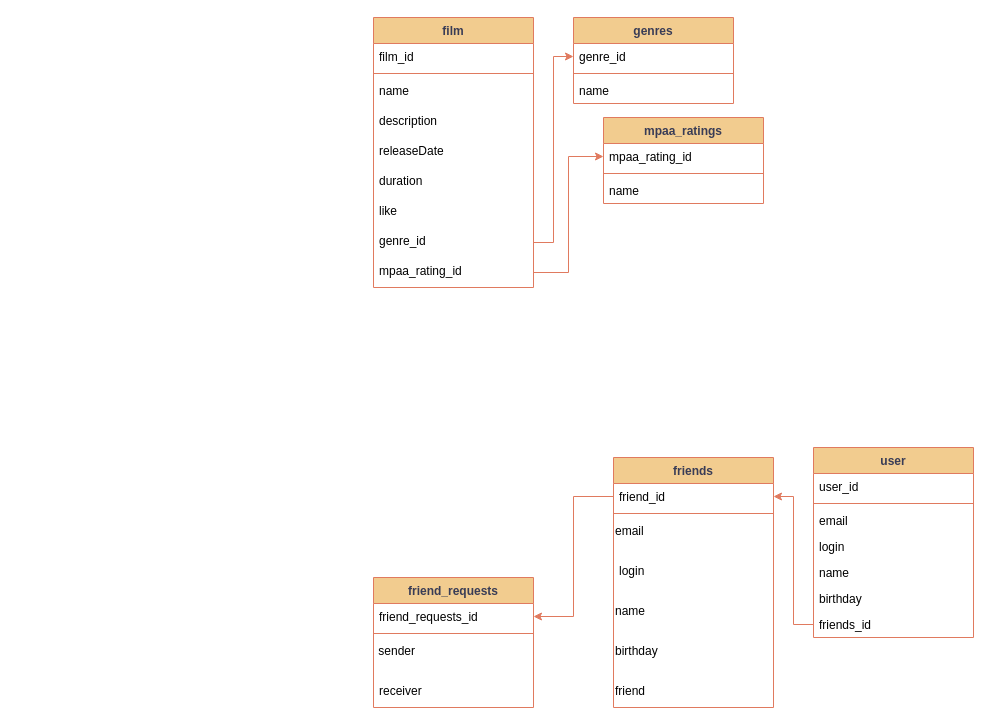
Earlier version of the draw.io diagram Untitled Diagram.drawio (Soylf/java-filmorate). Source tidied: cells renumbered, new cells numbered last; positions are measured from the earlier drawing's top-left corner, leaving out a move shared by most shapes. Both pictures are drawn from the tidied source at 100%, with x=0, y=0 at pixel (373, 17).
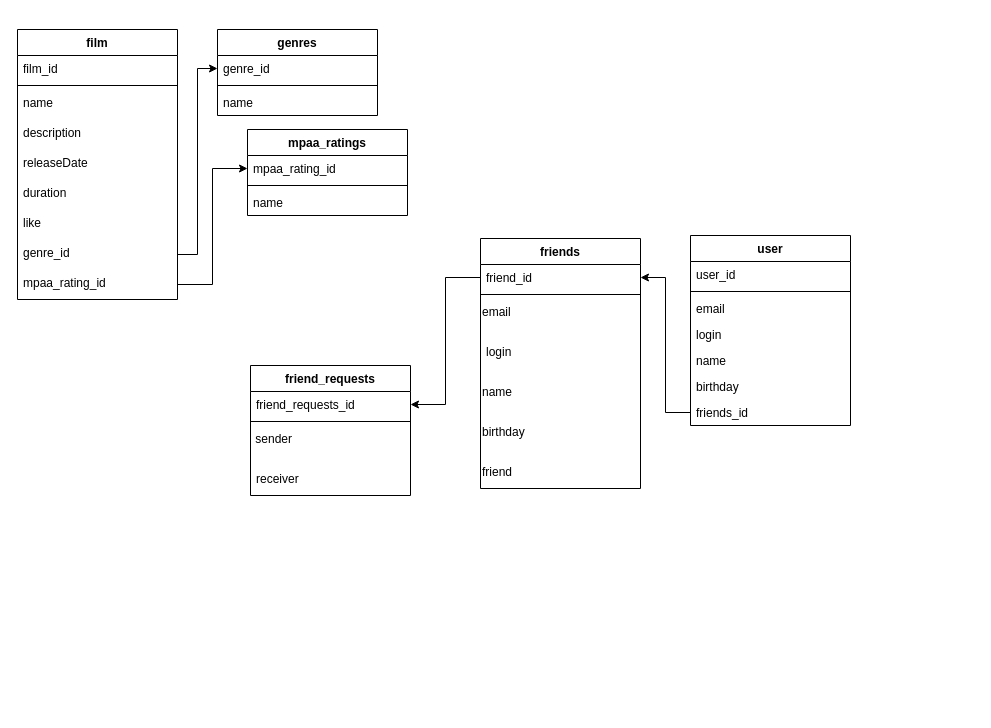
The same page after the edit.

Unchanged cells that the change refers to:
```xml
<mxCell id="10" value="genre_id" style="text;align=left;verticalAlign=top;spacingLeft=4;spacingRight=4;overflow=hidden;points=[[0,0.5],[1,0.5]];portConstraint=eastwest;whiteSpace=wrap;html=1;labelBackgroundColor=none;" parent="2" vertex="1">
  <mxGeometry y="210" width="160" height="30" as="geometry" />
</mxCell>
<mxCell id="11" value="mpaa_rating_id" style="text;align=left;verticalAlign=top;spacingLeft=4;spacingRight=4;overflow=hidden;points=[[0,0.5],[1,0.5]];portConstraint=eastwest;whiteSpace=wrap;html=1;labelBackgroundColor=none;" parent="2" vertex="1">
  <mxGeometry y="240" width="160" height="30" as="geometry" />
</mxCell>
<mxCell id="13" value="genre_id" style="text;align=left;verticalAlign=top;spacingLeft=4;spacingRight=4;overflow=hidden;points=[[0,0.5],[1,0.5]];portConstraint=eastwest;whiteSpace=wrap;html=1;labelBackgroundColor=none;" parent="12" vertex="1">
  <mxGeometry y="26" width="160" height="26" as="geometry" />
</mxCell>
<mxCell id="17" value="mpaa_rating_id" style="text;align=left;verticalAlign=top;spacingLeft=4;spacingRight=4;overflow=hidden;points=[[0,0.5],[1,0.5]];portConstraint=eastwest;whiteSpace=wrap;html=1;labelBackgroundColor=none;" parent="16" vertex="1">
  <mxGeometry y="26" width="160" height="26" as="geometry" />
</mxCell>
```

The edit, as a diff of the source:
```diff
@@
-<mxGraphModel>
+<mxGraphModel background="#ffffff">
@@
+    <mxCell id="22" value="user" style="swimlane;fontStyle=1;align=center;verticalAlign=top;horizontal=1;startSize=26;whiteSpace=wrap;html=1;labelBackgroundColor=none;shadow=0;" parent="1" vertex="1">
+      <mxGeometry x="317" y="218" width="160" height="190" as="geometry" />
+    </mxCell>
+    <mxCell id="23" value="user_id" style="text;align=left;verticalAlign=top;spacingLeft=4;spacingRight=4;overflow=hidden;whiteSpace=wrap;html=1;labelBackgroundColor=none;shadow=0;" parent="22" vertex="1">
+      <mxGeometry y="26" width="160" height="26" as="geometry" />
+    </mxCell>
+    <mxCell id="24" style="line;strokeWidth=1;fillColor=none;align=left;verticalAlign=middle;spacingTop=-1;spacingLeft=3;spacingRight=3;labelPosition=right;labelBackgroundColor=none;shadow=0;" parent="22" vertex="1">
+      <mxGeometry y="52" width="160" height="8" as="geometry" />
+    </mxCell>
+    <mxCell id="25" value="email" style="text;align=left;verticalAlign=top;spacingLeft=4;spacingRight=4;overflow=hidden;whiteSpace=wrap;html=1;labelBackgroundColor=none;shadow=0;" parent="22" vertex="1">
+      <mxGeometry y="60" width="160" height="26" as="geometry" />
+    </mxCell>
+    <mxCell id="26" value="login" style="text;align=left;verticalAlign=top;spacingLeft=4;spacingRight=4;overflow=hidden;whiteSpace=wrap;html=1;labelBackgroundColor=none;shadow=0;" parent="22" vertex="1">
+      <mxGeometry y="86" width="160" height="26" as="geometry" />
+    </mxCell>
+    <mxCell id="27" value="name" style="text;align=left;verticalAlign=top;spacingLeft=4;spacingRight=4;overflow=hidden;whiteSpace=wrap;html=1;labelBackgroundColor=none;shadow=0;" parent="22" vertex="1">
+      <mxGeometry y="112" width="160" height="26" as="geometry" />
+    </mxCell>
+    <mxCell id="28" value="birthday" style="text;align=left;verticalAlign=top;spacingLeft=4;spacingRight=4;overflow=hidden;whiteSpace=wrap;html=1;labelBackgroundColor=none;shadow=0;" parent="22" vertex="1">
+      <mxGeometry y="138" width="160" height="26" as="geometry" />
+    </mxCell>
+    <mxCell id="29" value="friends_id" style="text;align=left;verticalAlign=top;spacingLeft=4;spacingRight=4;overflow=hidden;points=[[0,0.5],[1,0.5]];portConstraint=eastwest;whiteSpace=wrap;html=1;labelBackgroundColor=none;shadow=0;" parent="22" vertex="1">
+      <mxGeometry y="164" width="160" height="26" as="geometry" />
+    </mxCell>
-    <mxCell id="2" value="film" style="swimlane;fontStyle=1;align=center;verticalAlign=top;horizontal=1;startSize=26;whiteSpace=wrap;html=1;direction=east;labelBackgroundColor=none;fillColor=#F2CC8F;strokeColor=#E07A5F;fontColor=#393C56;" parent="1" vertex="1">
-      <mxGeometry width="160" height="270" as="geometry" />
+    <mxCell id="2" value="film" style="swimlane;fontStyle=1;align=center;verticalAlign=top;horizontal=1;startSize=26;whiteSpace=wrap;html=1;direction=east;labelBackgroundColor=none;" parent="1" vertex="1">
+      <mxGeometry x="-356" y="12" width="160" height="270" as="geometry" />
     </mxCell>
@@
-    <mxCell id="4" style="line;strokeWidth=1;fillColor=none;align=left;verticalAlign=middle;spacingTop=-1;spacingLeft=3;spacingRight=3;labelPosition=right;strokeColor=#E07A5F;labelBackgroundColor=none;fontColor=#393C56;" parent="2" vertex="1">
+    <mxCell id="4" style="line;strokeWidth=1;fillColor=none;align=left;verticalAlign=middle;spacingTop=-1;spacingLeft=3;spacingRight=3;labelPosition=right;labelBackgroundColor=none;" parent="2" vertex="1">
       <mxGeometry y="52" width="160" height="8" as="geometry" />
     </mxCell>
@@
-    <mxCell id="12" value="genres" style="swimlane;fontStyle=1;align=center;verticalAlign=top;horizontal=1;startSize=26;whiteSpace=wrap;html=1;labelBackgroundColor=none;fillColor=#F2CC8F;strokeColor=#E07A5F;fontColor=#393C56;" parent="1" vertex="1">
-      <mxGeometry x="200" width="160" height="86" as="geometry" />
+    <mxCell id="12" value="genres" style="swimlane;fontStyle=1;align=center;verticalAlign=top;horizontal=1;startSize=26;whiteSpace=wrap;html=1;labelBackgroundColor=none;" parent="1" vertex="1">
+      <mxGeometry x="-156" y="12" width="160" height="86" as="geometry" />
     </mxCell>
@@
-    <mxCell id="14" style="line;strokeWidth=1;fillColor=none;align=left;verticalAlign=middle;spacingTop=-1;spacingLeft=3;spacingRight=3;labelPosition=right;strokeColor=#E07A5F;labelBackgroundColor=none;fontColor=#393C56;" parent="12" vertex="1">
+    <mxCell id="14" style="line;strokeWidth=1;fillColor=none;align=left;verticalAlign=middle;spacingTop=-1;spacingLeft=3;spacingRight=3;labelPosition=right;labelBackgroundColor=none;" parent="12" vertex="1">
       <mxGeometry y="52" width="160" height="8" as="geometry" />
     </mxCell>
@@
-    <mxCell id="16" value="mpaa_ratings" style="swimlane;fontStyle=1;align=center;verticalAlign=top;horizontal=1;startSize=26;whiteSpace=wrap;html=1;labelBackgroundColor=none;fillColor=#F2CC8F;strokeColor=#E07A5F;fontColor=#393C56;" parent="1" vertex="1">
-      <mxGeometry x="230" y="100" width="160" height="86" as="geometry" />
+    <mxCell id="16" value="mpaa_ratings" style="swimlane;fontStyle=1;align=center;verticalAlign=top;horizontal=1;startSize=26;whiteSpace=wrap;html=1;labelBackgroundColor=none;" parent="1" vertex="1">
+      <mxGeometry x="-126" y="112" width="160" height="86" as="geometry" />
     </mxCell>
@@
-    <mxCell id="18" style="line;strokeWidth=1;fillColor=none;align=left;verticalAlign=middle;spacingTop=-1;spacingLeft=3;spacingRight=3;labelPosition=right;strokeColor=#E07A5F;labelBackgroundColor=none;fontColor=#393C56;" parent="16" vertex="1">
+    <mxCell id="18" style="line;strokeWidth=1;fillColor=none;align=left;verticalAlign=middle;spacingTop=-1;spacingLeft=3;spacingRight=3;labelPosition=right;labelBackgroundColor=none;" parent="16" vertex="1">
       <mxGeometry y="52" width="160" height="8" as="geometry" />
     </mxCell>
@@
-    <mxCell id="20" style="edgeStyle=orthogonalEdgeStyle;rounded=0;jettySize=auto;html=1;exitX=1;exitY=0.5;exitDx=0;exitDy=0;entryX=0;entryY=0.5;entryDx=0;entryDy=0;labelBackgroundColor=none;strokeColor=#E07A5F;fontColor=default;" parent="1" edge="1" source="11" target="17">
+    <mxCell id="20" style="edgeStyle=orthogonalEdgeStyle;rounded=0;jettySize=auto;html=1;exitX=1;exitY=0.5;exitDx=0;exitDy=0;entryX=0;entryY=0.5;entryDx=0;entryDy=0;labelBackgroundColor=none;fontColor=default;" parent="1" edge="1" source="11" target="17">
       <mxGeometry relative="1" as="geometry" />
     </mxCell>
-    <mxCell id="21" style="edgeStyle=orthogonalEdgeStyle;rounded=0;jettySize=auto;html=1;exitX=1;exitY=0.5;exitDx=0;exitDy=0;entryX=0;entryY=0.5;entryDx=0;entryDy=0;labelBackgroundColor=none;strokeColor=#E07A5F;fontColor=default;" parent="1" edge="1" source="10" target="13">
+    <mxCell id="21" style="edgeStyle=orthogonalEdgeStyle;rounded=0;jettySize=auto;html=1;exitX=1;exitY=0.5;exitDx=0;exitDy=0;entryX=0;entryY=0.5;entryDx=0;entryDy=0;labelBackgroundColor=none;fontColor=default;" parent="1" edge="1" source="10" target="13">
       <mxGeometry relative="1" as="geometry" />
     </mxCell>
-    <mxCell id="22" value="user" style="swimlane;fontStyle=1;align=center;verticalAlign=top;horizontal=1;startSize=26;whiteSpace=wrap;html=1;labelBackgroundColor=none;fillColor=#F2CC8F;strokeColor=#E07A5F;fontColor=#393C56;" parent="1" vertex="1">
-      <mxGeometry x="440" y="430" width="160" height="190" as="geometry" />
-    </mxCell>
-    <mxCell id="23" value="user_id" style="text;align=left;verticalAlign=top;spacingLeft=4;spacingRight=4;overflow=hidden;whiteSpace=wrap;html=1;labelBackgroundColor=none;" parent="22" vertex="1">
-      <mxGeometry y="26" width="160" height="26" as="geometry" />
-    </mxCell>
-    <mxCell id="24" style="line;strokeWidth=1;fillColor=none;align=left;verticalAlign=middle;spacingTop=-1;spacingLeft=3;spacingRight=3;labelPosition=right;strokeColor=#E07A5F;labelBackgroundColor=none;fontColor=#393C56;" parent="22" vertex="1">
-      <mxGeometry y="52" width="160" height="8" as="geometry" />
-    </mxCell>
-    <mxCell id="25" value="email" style="text;align=left;verticalAlign=top;spacingLeft=4;spacingRight=4;overflow=hidden;whiteSpace=wrap;html=1;labelBackgroundColor=none;" parent="22" vertex="1">
-      <mxGeometry y="60" width="160" height="26" as="geometry" />
-    </mxCell>
-    <mxCell id="26" value="login" style="text;align=left;verticalAlign=top;spacingLeft=4;spacingRight=4;overflow=hidden;whiteSpace=wrap;html=1;labelBackgroundColor=none;" parent="22" vertex="1">
-      <mxGeometry y="86" width="160" height="26" as="geometry" />
-    </mxCell>
-    <mxCell id="27" value="name" style="text;align=left;verticalAlign=top;spacingLeft=4;spacingRight=4;overflow=hidden;whiteSpace=wrap;html=1;labelBackgroundColor=none;" parent="22" vertex="1">
-      <mxGeometry y="112" width="160" height="26" as="geometry" />
-    </mxCell>
-    <mxCell id="28" value="birthday" style="text;align=left;verticalAlign=top;spacingLeft=4;spacingRight=4;overflow=hidden;whiteSpace=wrap;html=1;labelBackgroundColor=none;" parent="22" vertex="1">
-      <mxGeometry y="138" width="160" height="26" as="geometry" />
-    </mxCell>
-    <mxCell id="29" value="friends_id" style="text;align=left;verticalAlign=top;spacingLeft=4;spacingRight=4;overflow=hidden;points=[[0,0.5],[1,0.5]];portConstraint=eastwest;whiteSpace=wrap;html=1;labelBackgroundColor=none;" parent="22" vertex="1">
-      <mxGeometry y="164" width="160" height="26" as="geometry" />
-    </mxCell>
-    <mxCell id="30" value="friend_requests" style="swimlane;fontStyle=1;align=center;verticalAlign=top;horizontal=1;startSize=26;whiteSpace=wrap;html=1;labelBackgroundColor=none;fillColor=#F2CC8F;strokeColor=#E07A5F;fontColor=#393C56;" parent="1" vertex="1">
-      <mxGeometry y="560" width="160" height="130" as="geometry" />
+    <mxCell id="30" value="friend_requests" style="swimlane;fontStyle=1;align=center;verticalAlign=top;horizontal=1;startSize=26;whiteSpace=wrap;html=1;labelBackgroundColor=none;shadow=0;" parent="1" vertex="1">
+      <mxGeometry x="-123" y="348" width="160" height="130" as="geometry" />
     </mxCell>
-    <mxCell id="31" value="friend_requests_id" style="text;align=left;verticalAlign=top;spacingLeft=4;spacingRight=4;overflow=hidden;points=[[0,0.5],[1,0.5]];portConstraint=eastwest;whiteSpace=wrap;html=1;labelBackgroundColor=none;" parent="30" vertex="1">
+    <mxCell id="31" value="friend_requests_id" style="text;align=left;verticalAlign=top;spacingLeft=4;spacingRight=4;overflow=hidden;points=[[0,0.5],[1,0.5]];portConstraint=eastwest;whiteSpace=wrap;html=1;labelBackgroundColor=none;shadow=0;" parent="30" vertex="1">
       <mxGeometry y="26" width="160" height="26" as="geometry" />
     </mxCell>
-    <mxCell id="32" style="line;strokeWidth=1;fillColor=none;align=left;verticalAlign=middle;spacingTop=-1;spacingLeft=3;spacingRight=3;labelPosition=right;strokeColor=#E07A5F;labelBackgroundColor=none;fontColor=#393C56;" parent="30" vertex="1">
+    <mxCell id="32" style="line;strokeWidth=1;fillColor=none;align=left;verticalAlign=middle;spacingTop=-1;spacingLeft=3;spacingRight=3;labelPosition=right;labelBackgroundColor=none;shadow=0;" parent="30" vertex="1">
       <mxGeometry y="52" width="160" height="8" as="geometry" />
     </mxCell>
-    <mxCell id="33" value="&amp;nbsp;sender" style="text;whiteSpace=wrap;html=1;labelBackgroundColor=none;" parent="30" vertex="1">
+    <mxCell id="33" value="&amp;nbsp;sender" style="text;whiteSpace=wrap;html=1;labelBackgroundColor=none;shadow=0;" parent="30" vertex="1">
       <mxGeometry y="60" width="160" height="40" as="geometry" />
     </mxCell>
-    <mxCell id="34" value="receiver" style="text;align=left;verticalAlign=top;spacingLeft=4;spacingRight=4;overflow=hidden;whiteSpace=wrap;html=1;labelBackgroundColor=none;" parent="30" vertex="1">
+    <mxCell id="34" value="receiver" style="text;align=left;verticalAlign=top;spacingLeft=4;spacingRight=4;overflow=hidden;whiteSpace=wrap;html=1;labelBackgroundColor=none;shadow=0;" parent="30" vertex="1">
       <mxGeometry y="100" width="160" height="30" as="geometry" />
     </mxCell>
-    <mxCell id="35" value="friends" style="swimlane;fontStyle=1;align=center;verticalAlign=top;horizontal=1;startSize=26;whiteSpace=wrap;html=1;labelBackgroundColor=none;fillColor=#F2CC8F;strokeColor=#E07A5F;fontColor=#393C56;" parent="1" vertex="1">
-      <mxGeometry x="240" y="440" width="160" height="250" as="geometry" />
+    <mxCell id="35" value="friends" style="swimlane;fontStyle=1;align=center;verticalAlign=top;horizontal=1;startSize=26;whiteSpace=wrap;html=1;labelBackgroundColor=none;shadow=0;" parent="1" vertex="1">
+      <mxGeometry x="107" y="221" width="160" height="250" as="geometry" />
     </mxCell>
-    <mxCell id="36" value="friend_id" style="text;align=left;verticalAlign=top;spacingLeft=4;spacingRight=4;overflow=hidden;points=[[0,0.5],[1,0.5]];portConstraint=eastwest;whiteSpace=wrap;html=1;labelBackgroundColor=none;" parent="35" vertex="1">
+    <mxCell id="36" value="friend_id" style="text;align=left;verticalAlign=top;spacingLeft=4;spacingRight=4;overflow=hidden;points=[[0,0.5],[1,0.5]];portConstraint=eastwest;whiteSpace=wrap;html=1;labelBackgroundColor=none;shadow=0;" parent="35" vertex="1">
       <mxGeometry y="26" width="160" height="26" as="geometry" />
     </mxCell>
-    <mxCell id="37" style="line;strokeWidth=1;fillColor=none;align=left;verticalAlign=middle;spacingTop=-1;spacingLeft=3;spacingRight=3;labelPosition=right;strokeColor=#E07A5F;labelBackgroundColor=none;fontColor=#393C56;" parent="35" vertex="1">
+    <mxCell id="37" style="line;strokeWidth=1;fillColor=none;align=left;verticalAlign=middle;spacingTop=-1;spacingLeft=3;spacingRight=3;labelPosition=right;labelBackgroundColor=none;shadow=0;" parent="35" vertex="1">
       <mxGeometry y="52" width="160" height="8" as="geometry" />
     </mxCell>
-    <mxCell id="38" value="email" style="text;whiteSpace=wrap;html=1;labelBackgroundColor=none;" parent="35" vertex="1">
+    <mxCell id="38" value="email" style="text;whiteSpace=wrap;html=1;labelBackgroundColor=none;shadow=0;" parent="35" vertex="1">
       <mxGeometry y="60" width="160" height="40" as="geometry" />
     </mxCell>
-    <mxCell id="39" value="login" style="text;align=left;verticalAlign=top;spacingLeft=4;spacingRight=4;overflow=hidden;whiteSpace=wrap;html=1;labelBackgroundColor=none;" parent="35" vertex="1">
+    <mxCell id="39" value="login" style="text;align=left;verticalAlign=top;spacingLeft=4;spacingRight=4;overflow=hidden;whiteSpace=wrap;html=1;labelBackgroundColor=none;shadow=0;" parent="35" vertex="1">
       <mxGeometry y="100" width="160" height="40" as="geometry" />
     </mxCell>
-    <mxCell id="40" value="name" style="text;whiteSpace=wrap;html=1;labelBackgroundColor=none;" parent="35" vertex="1">
+    <mxCell id="40" value="name" style="text;whiteSpace=wrap;html=1;labelBackgroundColor=none;shadow=0;" parent="35" vertex="1">
       <mxGeometry y="140" width="160" height="40" as="geometry" />
     </mxCell>
-    <mxCell id="41" value="birthday" style="text;whiteSpace=wrap;html=1;labelBackgroundColor=none;" parent="35" vertex="1">
+    <mxCell id="41" value="birthday" style="text;whiteSpace=wrap;html=1;labelBackgroundColor=none;shadow=0;" parent="35" vertex="1">
       <mxGeometry y="180" width="160" height="40" as="geometry" />
     </mxCell>
-    <mxCell id="42" value="friend" style="text;whiteSpace=wrap;html=1;labelBackgroundColor=none;" parent="35" vertex="1">
+    <mxCell id="42" value="friend" style="text;whiteSpace=wrap;html=1;labelBackgroundColor=none;shadow=0;" parent="35" vertex="1">
       <mxGeometry y="220" width="160" height="30" as="geometry" />
     </mxCell>
-    <mxCell id="43" style="edgeStyle=orthogonalEdgeStyle;rounded=0;jettySize=auto;html=1;exitX=0;exitY=0.5;exitDx=0;exitDy=0;entryX=1;entryY=0.5;entryDx=0;entryDy=0;labelBackgroundColor=none;strokeColor=#E07A5F;fontColor=default;" parent="1" edge="1" source="29" target="36">
+    <mxCell id="43" style="edgeStyle=orthogonalEdgeStyle;rounded=0;jettySize=auto;html=1;exitX=0;exitY=0.5;exitDx=0;exitDy=0;entryX=1;entryY=0.5;entryDx=0;entryDy=0;labelBackgroundColor=none;fontColor=default;shadow=0;" parent="1" edge="1" source="29" target="36">
       <mxGeometry relative="1" as="geometry" />
     </mxCell>
-    <mxCell id="44" style="edgeStyle=orthogonalEdgeStyle;rounded=0;jettySize=auto;html=1;exitX=0;exitY=0.5;exitDx=0;exitDy=0;entryX=1;entryY=0.5;entryDx=0;entryDy=0;labelBackgroundColor=none;strokeColor=#E07A5F;fontColor=default;" parent="1" edge="1" source="36" target="31">
+    <mxCell id="44" style="edgeStyle=orthogonalEdgeStyle;rounded=0;jettySize=auto;html=1;exitX=0;exitY=0.5;exitDx=0;exitDy=0;entryX=1;entryY=0.5;entryDx=0;entryDy=0;labelBackgroundColor=none;fontColor=default;shadow=0;" parent="1" edge="1" source="36" target="31">
       <mxGeometry relative="1" as="geometry" />
     </mxCell>
```
